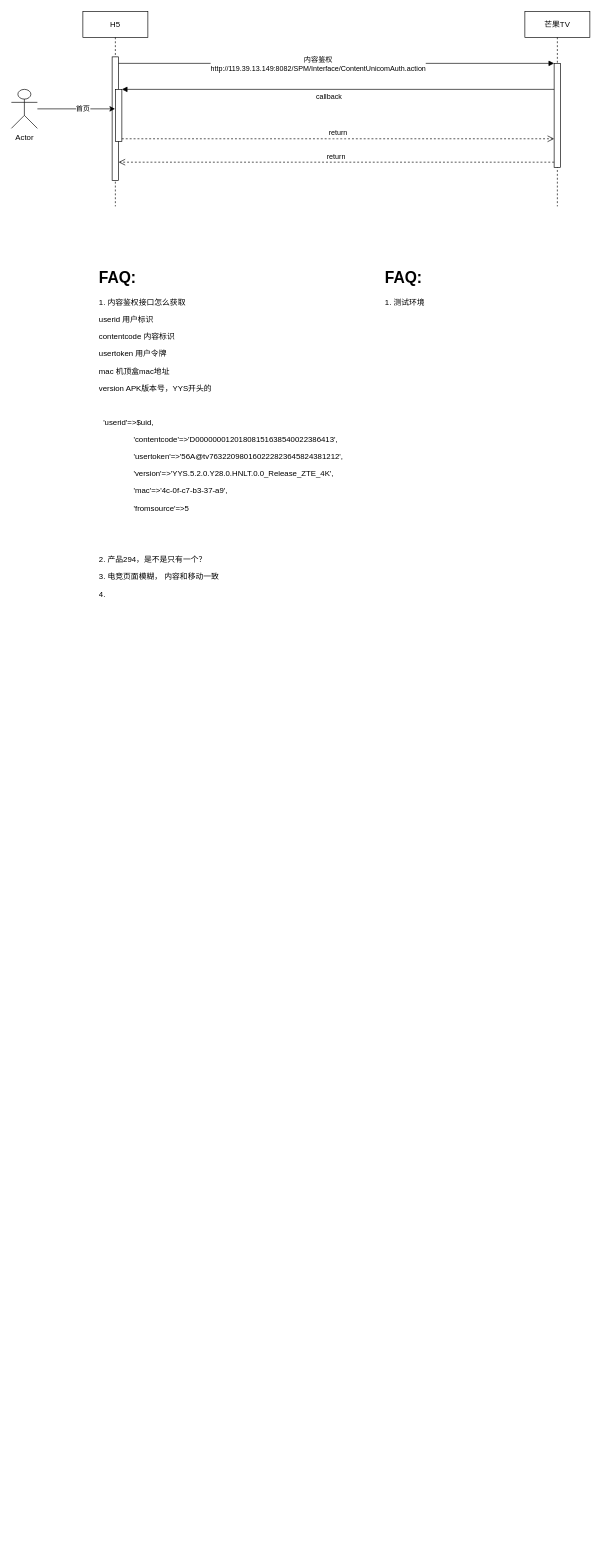
The draw.io diagram 芒果TV流程.drawio in duffiye/book, before the edit. Source tidied: cells renumbered, new cells numbered last; positions are measured from the earlier drawing's top-left corner, leaving out a move shared by most shapes. Both pictures are drawn from the tidied source at 65%, with x=0, y=0 at pixel (11, 11).
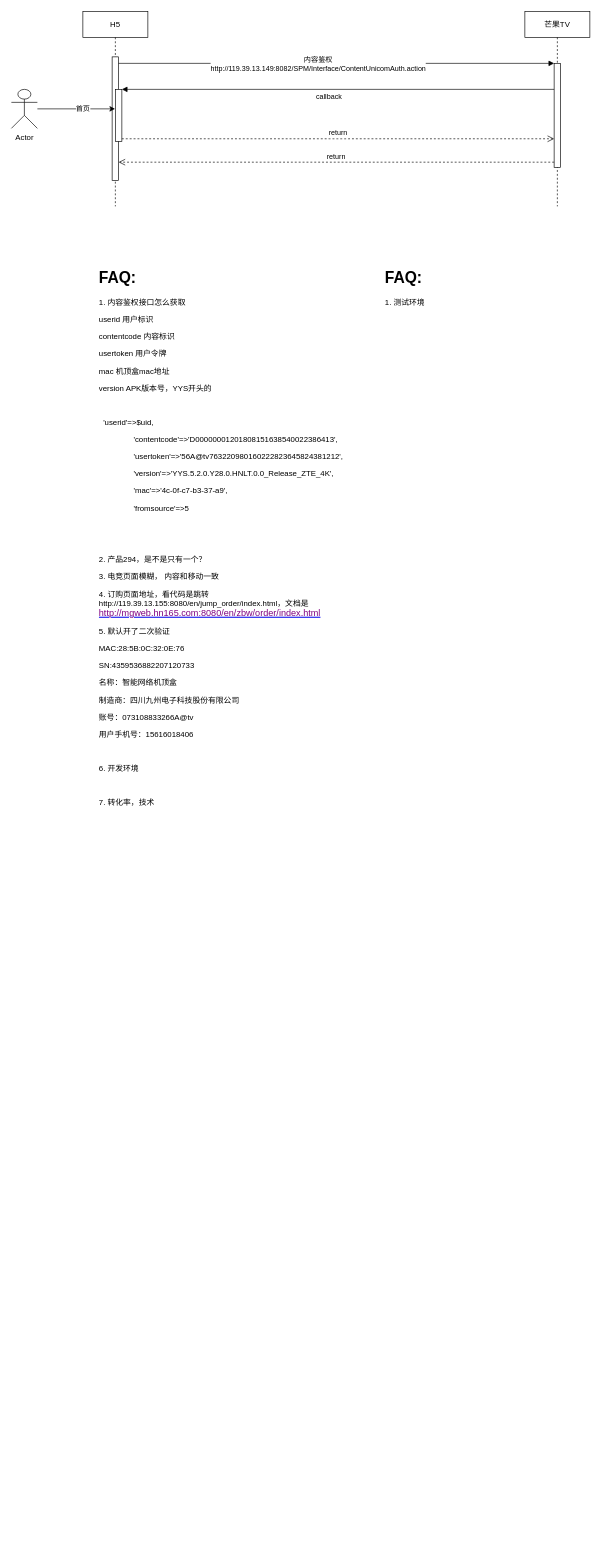
The same diagram, later.

Commit message:
更新芒果TV流程.drawio

Change to the diagram source:
```diff
@@
 <mxGraphModel>
   <root>
     <mxCell id="0" />
     <mxCell id="1" parent="0" />
     <mxCell id="2" value="H5" style="shape=umlLifeline;perimeter=lifelinePerimeter;rounded=0;shadow=0;strokeWidth=1;" parent="1" vertex="1">
       <mxGeometry x="110" width="100" height="300" as="geometry" />
     </mxCell>
     <mxCell id="3" style="points=[];perimeter=orthogonalPerimeter;rounded=0;shadow=0;strokeWidth=1;" parent="2" vertex="1">
       <mxGeometry x="45" y="70" width="10" height="190" as="geometry" />
     </mxCell>
     <mxCell id="4" style="points=[];perimeter=orthogonalPerimeter;rounded=0;shadow=0;strokeWidth=1;" parent="2" vertex="1">
       <mxGeometry x="50" y="120" width="10" height="80" as="geometry" />
     </mxCell>
     <mxCell id="5" value="芒果TV" style="shape=umlLifeline;perimeter=lifelinePerimeter;rounded=0;shadow=0;strokeWidth=1;" parent="1" vertex="1">
       <mxGeometry x="790" width="100" height="300" as="geometry" />
     </mxCell>
     <mxCell id="6" style="points=[];perimeter=orthogonalPerimeter;rounded=0;shadow=0;strokeWidth=1;" parent="5" vertex="1">
       <mxGeometry x="45" y="80" width="10" height="160" as="geometry" />
     </mxCell>
     <mxCell id="7" value="return" style="verticalAlign=bottom;endArrow=open;dashed=1;endSize=8;exitX=0;exitY=0.95;shadow=0;strokeWidth=1;" parent="1" edge="1" source="6" target="3">
       <mxGeometry relative="1" as="geometry" />
     </mxCell>
     <mxCell id="8" style="verticalAlign=bottom;endArrow=block;entryX=0;entryY=0;shadow=0;strokeWidth=1;" parent="1" edge="1" source="3" target="6">
       <mxGeometry relative="1" as="geometry" />
     </mxCell>
     <mxCell id="9" value="内容鉴权&lt;br&gt;http://119.39.13.149:8082/SPM/Interface/ContentUnicomAuth.action" style="edgeLabel;html=1;align=center;verticalAlign=middle;" parent="8" vertex="1">
       <mxGeometry x="-0.16" relative="1" as="geometry">
         <mxPoint x="25" as="offset" />
       </mxGeometry>
     </mxCell>
     <mxCell id="10" value="callback" style="verticalAlign=bottom;endArrow=block;entryX=1;entryY=0;shadow=0;strokeWidth=1;" parent="1" edge="1" source="6" target="4">
       <mxGeometry x="0.04" y="20" relative="1" as="geometry" />
     </mxCell>
     <mxCell id="11" value="return" style="verticalAlign=bottom;endArrow=open;dashed=1;endSize=8;exitX=1;exitY=0.95;shadow=0;strokeWidth=1;" parent="1" edge="1" source="4" target="6">
       <mxGeometry relative="1" as="geometry" />
     </mxCell>
     <mxCell id="12" style="edgeStyle=orthogonalEdgeStyle;rounded=0;jettySize=auto;html=1;" parent="1" edge="1" source="14" target="2">
       <mxGeometry relative="1" as="geometry" />
     </mxCell>
     <mxCell id="13" value="首页" style="edgeLabel;html=1;align=center;verticalAlign=middle;" parent="12" vertex="1">
       <mxGeometry x="0.15" y="1" relative="1" as="geometry" />
     </mxCell>
     <mxCell id="14" value="Actor" style="shape=umlActor;verticalLabelPosition=bottom;verticalAlign=top;html=1;" parent="1" vertex="1">
       <mxGeometry y="120" width="40" height="60" as="geometry" />
     </mxCell>
-    <mxCell id="15" value="&lt;h1&gt;FAQ:&lt;/h1&gt;&lt;p&gt;1. 内容鉴权接口怎么获取&lt;/p&gt;&lt;p&gt;userid&lt;span style=&quot;&quot;&gt; &lt;/span&gt;用户标识&lt;/p&gt;&lt;p&gt;contentcode&lt;span style=&quot;&quot;&gt; &lt;/span&gt;内容标识&lt;/p&gt;&lt;p&gt;usertoken&lt;span style=&quot;&quot;&gt; &lt;/span&gt;用户令牌&lt;/p&gt;&lt;p&gt;mac&lt;span style=&quot;&quot;&gt; &lt;/span&gt;机顶盒mac地址&lt;/p&gt;&lt;p&gt;version&lt;span style=&quot;&quot;&gt; &lt;/span&gt;APK版本号，YYS开头的&lt;/p&gt;&lt;p&gt;&lt;br&gt;&lt;/p&gt;&lt;p&gt;&amp;nbsp; 'userid'=&amp;gt;$uid,&lt;/p&gt;&lt;p&gt;&amp;nbsp; &amp;nbsp; &amp;nbsp; &amp;nbsp; &amp;nbsp; &amp;nbsp; &amp;nbsp; &amp;nbsp; 'contentcode'=&amp;gt;'D00000001201808151638540022386413',&lt;/p&gt;&lt;p&gt;&amp;nbsp; &amp;nbsp; &amp;nbsp; &amp;nbsp; &amp;nbsp; &amp;nbsp; &amp;nbsp; &amp;nbsp; 'usertoken'=&amp;gt;'56A@tv763220980160222823645824381212',&lt;/p&gt;&lt;p&gt;&amp;nbsp; &amp;nbsp; &amp;nbsp; &amp;nbsp; &amp;nbsp; &amp;nbsp; &amp;nbsp; &amp;nbsp; 'version'=&amp;gt;'YYS.5.2.0.Y28.0.HNLT.0.0_Release_ZTE_4K',&lt;/p&gt;&lt;p&gt;&amp;nbsp; &amp;nbsp; &amp;nbsp; &amp;nbsp; &amp;nbsp; &amp;nbsp; &amp;nbsp; &amp;nbsp; 'mac'=&amp;gt;'4c-0f-c7-b3-37-a9',&lt;/p&gt;&lt;p&gt;&amp;nbsp; &amp;nbsp; &amp;nbsp; &amp;nbsp; &amp;nbsp; &amp;nbsp; &amp;nbsp; &amp;nbsp; 'fromsource'=&amp;gt;5&lt;/p&gt;&lt;p&gt;&lt;br&gt;&lt;/p&gt;&lt;p&gt;&lt;br&gt;&lt;/p&gt;&lt;p&gt;2. 产品294，是不是只有一个？&lt;/p&gt;&lt;p&gt;3. 电竞页面模糊， 内容和移动一致&lt;/p&gt;&lt;p&gt;4.&amp;nbsp;&lt;/p&gt;" style="text;html=1;strokeColor=none;fillColor=none;spacing=5;spacingTop=-20;whiteSpace=wrap;overflow=hidden;rounded=0;" parent="1" vertex="1">
-      <mxGeometry x="130" y="390" width="420" height="690" as="geometry" />
+    <mxCell id="15" value="&lt;h1&gt;FAQ:&lt;/h1&gt;&lt;p&gt;1. 内容鉴权接口怎么获取&lt;/p&gt;&lt;p&gt;userid&lt;span style=&quot;&quot;&gt; &lt;/span&gt;用户标识&lt;/p&gt;&lt;p&gt;contentcode&lt;span style=&quot;&quot;&gt; &lt;/span&gt;内容标识&lt;/p&gt;&lt;p&gt;usertoken&lt;span style=&quot;&quot;&gt; &lt;/span&gt;用户令牌&lt;/p&gt;&lt;p&gt;mac&lt;span style=&quot;&quot;&gt; &lt;/span&gt;机顶盒mac地址&lt;/p&gt;&lt;p&gt;version&lt;span style=&quot;&quot;&gt; &lt;/span&gt;APK版本号，YYS开头的&lt;/p&gt;&lt;p&gt;&lt;br&gt;&lt;/p&gt;&lt;p&gt;&amp;nbsp; 'userid'=&amp;gt;$uid,&lt;/p&gt;&lt;p&gt;&amp;nbsp; &amp;nbsp; &amp;nbsp; &amp;nbsp; &amp;nbsp; &amp;nbsp; &amp;nbsp; &amp;nbsp; 'contentcode'=&amp;gt;'D00000001201808151638540022386413',&lt;/p&gt;&lt;p&gt;&amp;nbsp; &amp;nbsp; &amp;nbsp; &amp;nbsp; &amp;nbsp; &amp;nbsp; &amp;nbsp; &amp;nbsp; 'usertoken'=&amp;gt;'56A@tv763220980160222823645824381212',&lt;/p&gt;&lt;p&gt;&amp;nbsp; &amp;nbsp; &amp;nbsp; &amp;nbsp; &amp;nbsp; &amp;nbsp; &amp;nbsp; &amp;nbsp; 'version'=&amp;gt;'YYS.5.2.0.Y28.0.HNLT.0.0_Release_ZTE_4K',&lt;/p&gt;&lt;p&gt;&amp;nbsp; &amp;nbsp; &amp;nbsp; &amp;nbsp; &amp;nbsp; &amp;nbsp; &amp;nbsp; &amp;nbsp; 'mac'=&amp;gt;'4c-0f-c7-b3-37-a9',&lt;/p&gt;&lt;p&gt;&amp;nbsp; &amp;nbsp; &amp;nbsp; &amp;nbsp; &amp;nbsp; &amp;nbsp; &amp;nbsp; &amp;nbsp; 'fromsource'=&amp;gt;5&lt;/p&gt;&lt;p&gt;&lt;br&gt;&lt;/p&gt;&lt;p&gt;&lt;br&gt;&lt;/p&gt;&lt;p&gt;2. 产品294，是不是只有一个？&lt;/p&gt;&lt;p&gt;3. 电竞页面模糊， 内容和移动一致&lt;/p&gt;&lt;p&gt;4. 订购页面地址，看代码是跳转http://119.39.13.155:8080/en/jump_order/index.html，文档是&lt;a style=&quot;font-family: 等线; font-size: 10.5pt; text-align: justify; background-color: initial;&quot; href=&quot;http://mgweb.hn165.com:8080/en/zbw/order/index.html&quot;&gt;&lt;u&gt;&lt;span style=&quot;color: rgb(128, 0, 128);&quot; class=&quot;16&quot;&gt;http://mgweb.hn165.com:8080/en/zbw/order/index.html&lt;/span&gt;&lt;/u&gt;&lt;/a&gt;&lt;/p&gt;&lt;p&gt;5. 默认开了二次验证&lt;/p&gt;&lt;p&gt;MAC:28:5B:0C:32:0E:76&lt;/p&gt;&lt;p&gt;SN:4359536882207120733&lt;/p&gt;&lt;p&gt;名称：智能网络机顶盒&lt;/p&gt;&lt;p&gt;制造商：四川九州电子科技股份有限公司&lt;/p&gt;&lt;p&gt;账号：073108833266A@tv&lt;/p&gt;&lt;p&gt;用户手机号：15616018406&lt;/p&gt;&lt;p&gt;&lt;br&gt;&lt;/p&gt;&lt;p&gt;6. 开发环境&lt;/p&gt;&lt;p&gt;&lt;br&gt;&lt;/p&gt;&lt;p&gt;7. 转化率，技术&lt;/p&gt;" style="text;html=1;strokeColor=none;fillColor=none;spacing=5;spacingTop=-20;whiteSpace=wrap;overflow=hidden;rounded=0;" parent="1" vertex="1">
+      <mxGeometry x="130" y="390" width="450" height="1950" as="geometry" />
     </mxCell>
     <mxCell id="16" value="&lt;h1&gt;FAQ:&lt;/h1&gt;&lt;div&gt;1. 测试环境&lt;/div&gt;&lt;div&gt;&lt;br&gt;&lt;/div&gt;" style="text;html=1;strokeColor=none;fillColor=none;spacing=5;spacingTop=-20;whiteSpace=wrap;overflow=hidden;rounded=0;" parent="1" vertex="1">
       <mxGeometry x="570" y="390" width="190" height="120" as="geometry" />
     </mxCell>
   </root>
 </mxGraphModel>
```
